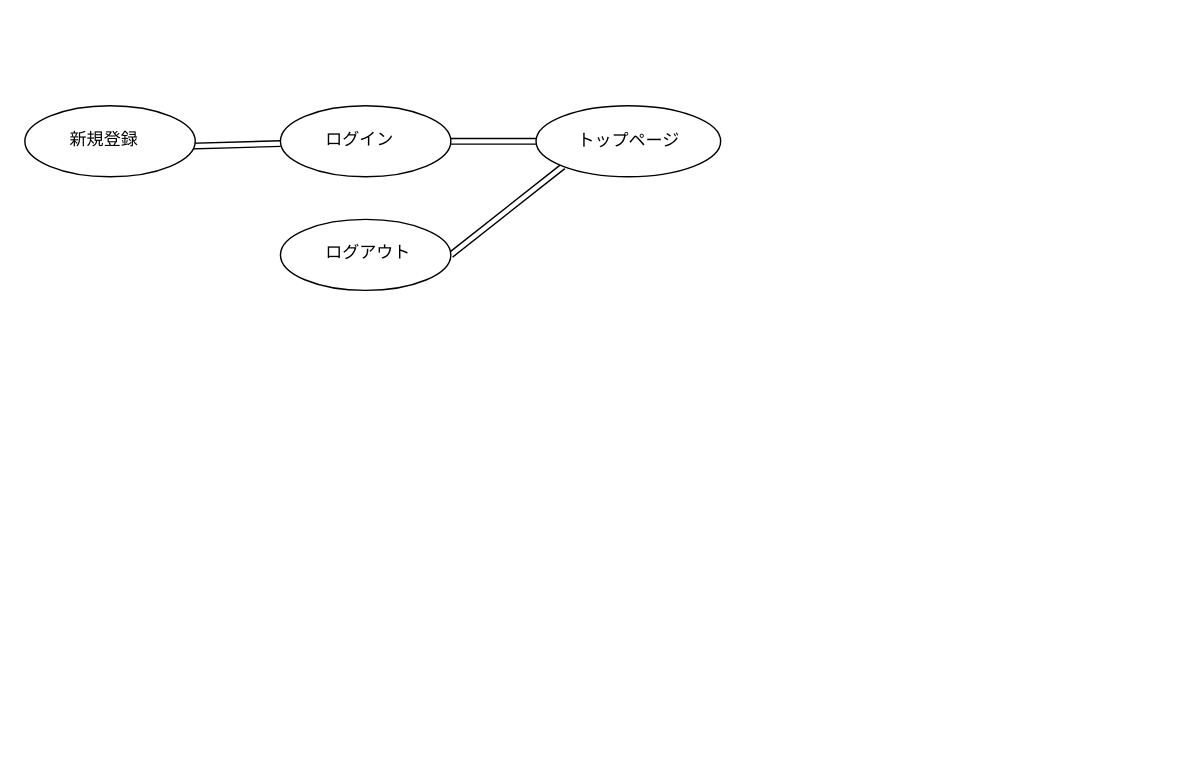
The draw.io diagram 画面遷移図ファイル.drawio in 2001023/2021java, before the edit. Source tidied: cells renumbered, new cells numbered last; positions are measured from the earlier drawing's top-left corner, leaving out a move shared by most shapes. Both pictures are drawn from the tidied source at 142%, with x=0, y=0 at pixel (24, 105).
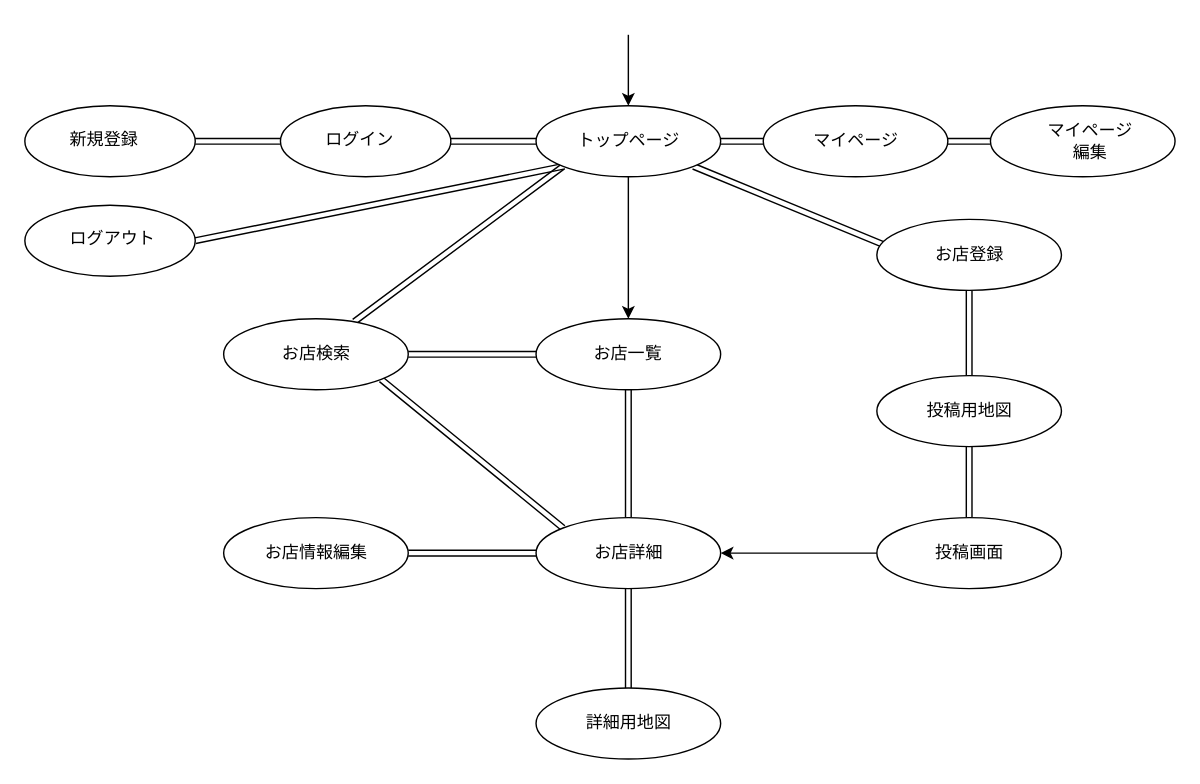
Above is the later version.

Commit message (it also covers changes not shown here):
画面遷移図ファイル.drawio を更新します

Unchanged cells that the change refers to:
```xml
<mxCell id="4" style="ellipse;whiteSpace=wrap;html=1;" parent="1" vertex="1">
  <mxGeometry x="360" width="130" height="50" as="geometry" />
</mxCell>
<mxCell id="7" style="ellipse;whiteSpace=wrap;html=1;" parent="1" vertex="1">
  <mxGeometry x="180" width="120" height="50" as="geometry" />
</mxCell>
<mxCell id="8" style="ellipse;whiteSpace=wrap;html=1;" parent="1" vertex="1">
  <mxGeometry width="120" height="50" as="geometry" />
</mxCell>
<mxCell id="10" value="&lt;div style=&quot;text-align: center;&quot;&gt;&lt;span style=&quot;background-color: initial;&quot;&gt;ログイン&lt;/span&gt;&lt;/div&gt;" style="text;whiteSpace=wrap;html=1;" parent="1" vertex="1">
  <mxGeometry x="210" y="10" width="60" height="30" as="geometry" />
</mxCell>
<mxCell id="11" value="&lt;div style=&quot;text-align: center;&quot;&gt;&lt;span style=&quot;background-color: initial;&quot;&gt;新規登録&lt;/span&gt;&lt;/div&gt;" style="text;whiteSpace=wrap;html=1;" parent="1" vertex="1">
  <mxGeometry x="30" y="10" width="60" height="40" as="geometry" />
</mxCell>
```

Diff of the diagram source:
```diff
@@
-    <mxCell id="2" style="edgeStyle=none;rounded=0;jettySize=auto;html=1;shape=link;" parent="1" edge="1" source="4" target="10">
-      <mxGeometry relative="1" as="geometry" />
-    </mxCell>
+    <mxCell id="13" style="edgeStyle=none;shape=link;rounded=0;jettySize=auto;html=1;exitX=0;exitY=0.5;exitDx=0;exitDy=0;entryX=1;entryY=0.5;entryDx=0;entryDy=0;" parent="1" edge="1" source="4" target="7">
+      <mxGeometry relative="1" as="geometry" />
+    </mxCell>
-    <mxCell id="3" style="edgeStyle=none;rounded=0;jettySize=auto;html=1;exitX=0;exitY=1;exitDx=0;exitDy=0;entryX=1;entryY=0.5;entryDx=0;entryDy=0;shape=link;" parent="1" edge="1" source="4" target="9">
+    <mxCell id="3" style="edgeStyle=none;shape=link;rounded=0;jettySize=auto;html=1;exitX=0;exitY=1;exitDx=0;exitDy=0;entryX=1;entryY=0.5;entryDx=0;entryDy=0;width=-4;" parent="1" edge="1" source="4" target="9">
       <mxGeometry relative="1" as="geometry" />
     </mxCell>
+    <mxCell id="14" style="edgeStyle=none;shape=link;rounded=0;jettySize=auto;html=1;exitX=1;exitY=0.5;exitDx=0;exitDy=0;entryX=0;entryY=0.5;entryDx=0;entryDy=0;" parent="1" edge="1" source="4" target="20">
+      <mxGeometry relative="1" as="geometry" />
+    </mxCell>
+    <mxCell id="15" style="edgeStyle=none;shape=link;rounded=0;jettySize=auto;html=1;exitX=1;exitY=1;exitDx=0;exitDy=0;entryX=0.077;entryY=0.4;entryDx=0;entryDy=0;entryPerimeter=0;" parent="1" edge="1" source="4" target="40">
+      <mxGeometry relative="1" as="geometry" />
+    </mxCell>
+    <mxCell id="16" style="edgeStyle=none;shape=link;rounded=0;jettySize=auto;html=1;exitX=0;exitY=1;exitDx=0;exitDy=0;entryX=0.708;entryY=0.04;entryDx=0;entryDy=0;entryPerimeter=0;" parent="1" edge="1" source="4" target="29">
+      <mxGeometry relative="1" as="geometry" />
+    </mxCell>
+    <mxCell id="17" style="edgeStyle=none;rounded=0;jettySize=auto;html=1;exitX=0.5;exitY=1;exitDx=0;exitDy=0;entryX=0.5;entryY=0;entryDx=0;entryDy=0;" parent="1" edge="1" source="4" target="26">
+      <mxGeometry relative="1" as="geometry" />
+    </mxCell>
@@
-    <mxCell id="6" style="edgeStyle=none;rounded=0;jettySize=auto;html=1;shape=link;" parent="1" edge="1" source="7" target="11">
-      <mxGeometry relative="1" as="geometry" />
-    </mxCell>
+    <mxCell id="18" style="edgeStyle=none;shape=link;rounded=0;jettySize=auto;html=1;exitX=0;exitY=0.5;exitDx=0;exitDy=0;entryX=1;entryY=0.5;entryDx=0;entryDy=0;" parent="1" edge="1" source="7" target="8">
+      <mxGeometry relative="1" as="geometry" />
+    </mxCell>
@@
     <mxCell id="9" style="ellipse;whiteSpace=wrap;html=1;" parent="1" vertex="1">
-      <mxGeometry x="180" y="80" width="120" height="50" as="geometry" />
+      <mxGeometry y="70" width="120" height="50" as="geometry" />
     </mxCell>
@@
     <mxCell id="12" value="ログアウト" style="text;whiteSpace=wrap;html=1;" parent="1" vertex="1">
-      <mxGeometry x="210" y="90" width="80" height="40" as="geometry" />
+      <mxGeometry x="30" y="80" width="80" height="40" as="geometry" />
     </mxCell>
+    <mxCell id="19" style="edgeStyle=none;shape=link;rounded=0;jettySize=auto;html=1;exitX=1;exitY=0.5;exitDx=0;exitDy=0;" parent="1" edge="1" source="20" target="21">
+      <mxGeometry relative="1" as="geometry" />
+    </mxCell>
+    <mxCell id="20" style="ellipse;whiteSpace=wrap;html=1;" parent="1" vertex="1">
+      <mxGeometry x="520" width="130" height="50" as="geometry" />
+    </mxCell>
+    <mxCell id="21" style="ellipse;whiteSpace=wrap;html=1;" parent="1" vertex="1">
+      <mxGeometry x="680" width="130" height="50" as="geometry" />
+    </mxCell>
+    <mxCell id="22" value="マイページ" style="text;html=1;align=center;verticalAlign=middle;fillColor=none;strokeColor=none;rounded=0;" parent="1" vertex="1">
+      <mxGeometry x="545" y="10" width="80" height="30" as="geometry" />
+    </mxCell>
+    <mxCell id="23" value="マイページ&lt;br&gt;編集" style="text;html=1;align=center;verticalAlign=middle;fillColor=none;strokeColor=none;rounded=0;" parent="1" vertex="1">
+      <mxGeometry x="710" y="5" width="80" height="40" as="geometry" />
+    </mxCell>
+    <mxCell id="24" style="edgeStyle=none;shape=link;rounded=0;orthogonalLoop=1;jettySize=auto;html=1;exitX=0;exitY=0;exitDx=0;exitDy=0;" parent="1" edge="1" source="12" target="12">
+      <mxGeometry relative="1" as="geometry" />
+    </mxCell>
+    <mxCell id="25" style="edgeStyle=none;shape=link;rounded=0;jettySize=auto;html=1;exitX=0.5;exitY=1;exitDx=0;exitDy=0;entryX=0.5;entryY=0;entryDx=0;entryDy=0;" parent="1" edge="1" source="26" target="34">
+      <mxGeometry relative="1" as="geometry" />
+    </mxCell>
+    <mxCell id="26" value="お店一覧" style="ellipse;whiteSpace=wrap;html=1;" parent="1" vertex="1">
+      <mxGeometry x="360" y="150" width="130" height="50" as="geometry" />
+    </mxCell>
+    <mxCell id="27" style="edgeStyle=none;shape=link;rounded=0;jettySize=auto;html=1;exitX=1;exitY=0.5;exitDx=0;exitDy=0;entryX=0;entryY=0.5;entryDx=0;entryDy=0;" parent="1" edge="1" source="29" target="26">
+      <mxGeometry relative="1" as="geometry" />
+    </mxCell>
+    <mxCell id="28" style="edgeStyle=none;shape=link;rounded=0;jettySize=auto;html=1;exitX=1;exitY=1;exitDx=0;exitDy=0;entryX=0;entryY=0;entryDx=0;entryDy=0;" parent="1" edge="1" source="29" target="34">
+      <mxGeometry relative="1" as="geometry" />
+    </mxCell>
+    <mxCell id="29" style="ellipse;whiteSpace=wrap;html=1;" parent="1" vertex="1">
+      <mxGeometry x="140" y="150" width="130" height="50" as="geometry" />
+    </mxCell>
+    <mxCell id="30" style="ellipse;whiteSpace=wrap;html=1;" parent="1" vertex="1">
+      <mxGeometry x="360" y="410" width="130" height="50" as="geometry" />
+    </mxCell>
+    <mxCell id="31" style="ellipse;whiteSpace=wrap;html=1;" parent="1" vertex="1">
+      <mxGeometry x="140" y="290" width="130" height="50" as="geometry" />
+    </mxCell>
+    <mxCell id="32" style="edgeStyle=none;shape=link;rounded=0;jettySize=auto;html=1;exitX=0;exitY=0.5;exitDx=0;exitDy=0;entryX=1;entryY=0.5;entryDx=0;entryDy=0;" parent="1" edge="1" source="34" target="31">
+      <mxGeometry relative="1" as="geometry" />
+    </mxCell>
+    <mxCell id="33" style="edgeStyle=none;shape=link;rounded=0;jettySize=auto;html=1;exitX=0.5;exitY=1;exitDx=0;exitDy=0;entryX=0.5;entryY=0;entryDx=0;entryDy=0;" parent="1" edge="1" source="34" target="30">
+      <mxGeometry relative="1" as="geometry" />
+    </mxCell>
+    <mxCell id="34" style="ellipse;whiteSpace=wrap;html=1;" parent="1" vertex="1">
+      <mxGeometry x="360" y="290" width="130" height="50" as="geometry" />
+    </mxCell>
+    <mxCell id="35" style="edgeStyle=none;shape=link;rounded=0;jettySize=auto;html=1;exitX=0.5;exitY=1;exitDx=0;exitDy=0;entryX=0.5;entryY=0;entryDx=0;entryDy=0;" parent="1" edge="1" source="36" target="38">
+      <mxGeometry relative="1" as="geometry" />
+    </mxCell>
+    <mxCell id="36" style="ellipse;whiteSpace=wrap;html=1;" parent="1" vertex="1">
+      <mxGeometry x="600" y="190" width="130" height="50" as="geometry" />
+    </mxCell>
+    <mxCell id="37" style="edgeStyle=none;rounded=0;jettySize=auto;html=1;exitX=0;exitY=0.5;exitDx=0;exitDy=0;entryX=1;entryY=0.5;entryDx=0;entryDy=0;" parent="1" edge="1" source="38" target="34">
+      <mxGeometry relative="1" as="geometry" />
+    </mxCell>
+    <mxCell id="38" style="ellipse;whiteSpace=wrap;html=1;" parent="1" vertex="1">
+      <mxGeometry x="600" y="290" width="130" height="50" as="geometry" />
+    </mxCell>
+    <mxCell id="39" style="edgeStyle=none;shape=link;rounded=0;jettySize=auto;html=1;exitX=0.5;exitY=1;exitDx=0;exitDy=0;entryX=0.5;entryY=0;entryDx=0;entryDy=0;" parent="1" edge="1" source="40" target="36">
+      <mxGeometry relative="1" as="geometry" />
+    </mxCell>
+    <mxCell id="40" style="ellipse;whiteSpace=wrap;html=1;" parent="1" vertex="1">
+      <mxGeometry x="600" y="80" width="130" height="50" as="geometry" />
+    </mxCell>
+    <mxCell id="41" value="お店検索" style="text;html=1;align=center;verticalAlign=middle;fillColor=none;strokeColor=none;rounded=0;" parent="1" vertex="1">
+      <mxGeometry x="170" y="160" width="70" height="30" as="geometry" />
+    </mxCell>
+    <mxCell id="42" value="お店登録" style="text;html=1;align=center;verticalAlign=middle;fillColor=none;strokeColor=none;rounded=0;" parent="1" vertex="1">
+      <mxGeometry x="630" y="90" width="70" height="30" as="geometry" />
+    </mxCell>
+    <mxCell id="43" value="投稿用地図" style="text;html=1;align=center;verticalAlign=middle;fillColor=none;strokeColor=none;rounded=0;" parent="1" vertex="1">
+      <mxGeometry x="625" y="200" width="80" height="30" as="geometry" />
+    </mxCell>
+    <mxCell id="44" value="投稿画面" style="text;html=1;align=center;verticalAlign=middle;fillColor=none;strokeColor=none;rounded=0;" parent="1" vertex="1">
+      <mxGeometry x="630" y="300" width="70" height="30" as="geometry" />
+    </mxCell>
+    <mxCell id="45" value="お店詳細" style="text;html=1;align=center;verticalAlign=middle;fillColor=none;strokeColor=none;rounded=0;" parent="1" vertex="1">
+      <mxGeometry x="390" y="300" width="70" height="30" as="geometry" />
+    </mxCell>
+    <mxCell id="46" value="お店情報編集" style="text;html=1;align=center;verticalAlign=middle;fillColor=none;strokeColor=none;rounded=0;" parent="1" vertex="1">
+      <mxGeometry x="155" y="300" width="100" height="30" as="geometry" />
+    </mxCell>
+    <mxCell id="47" value="詳細用地図" style="text;html=1;align=center;verticalAlign=middle;fillColor=none;strokeColor=none;rounded=0;" parent="1" vertex="1">
+      <mxGeometry x="385" y="420" width="80" height="30" as="geometry" />
+    </mxCell>
+    <mxCell id="48" style="endArrow=classic;html=1;rounded=0;entryX=0.5;entryY=0;entryDx=0;entryDy=0;" parent="1" edge="1" target="4">
+      <mxGeometry relative="1" as="geometry">
+        <mxPoint x="425" y="-50" as="sourcePoint" />
+      </mxGeometry>
+    </mxCell>
```
